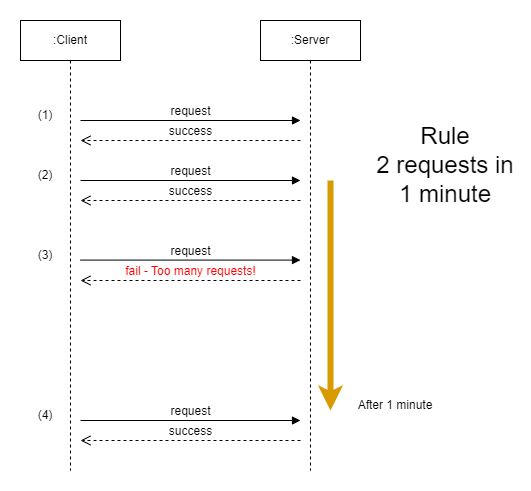
Above: blog/09_essential-modules-for-developing-applications-with-fastapi-p5/how-it-work.png in pxuanbach/blog (draw.io), before the change. Source tidied: cells renumbered, new cells last; positions are measured from the earlier drawing's top-left corner, leaving out a move shared by most shapes. The source it was exported from:
```xml
<mxGraphModel>
  <root>
    <mxCell id="0" />
    <mxCell id="1" parent="0" />
    <mxCell id="2" style="rounded=0;whiteSpace=wrap;html=1;labelBackgroundColor=#E6E6E6;fontColor=default;labelBorderColor=none;strokeColor=none;" parent="1" vertex="1">
      <mxGeometry width="530" height="490" as="geometry" />
    </mxCell>
    <mxCell id="3" value=":Client" style="shape=umlLifeline;perimeter=lifelinePerimeter;whiteSpace=wrap;html=1;" parent="1" vertex="1">
      <mxGeometry x="20" y="20" width="100" height="450" as="geometry" />
    </mxCell>
    <mxCell id="4" value="(2)" style="text;html=1;strokeColor=none;fillColor=none;align=center;verticalAlign=middle;whiteSpace=wrap;rounded=0;" parent="3" vertex="1">
      <mxGeometry x="10" y="140" width="30" height="30" as="geometry" />
    </mxCell>
    <mxCell id="5" value="(3)" style="text;html=1;strokeColor=none;fillColor=none;align=center;verticalAlign=middle;whiteSpace=wrap;rounded=0;" parent="3" vertex="1">
      <mxGeometry x="10" y="220" width="30" height="30" as="geometry" />
    </mxCell>
    <mxCell id="6" value="(4)" style="text;html=1;strokeColor=none;fillColor=none;align=center;verticalAlign=middle;whiteSpace=wrap;rounded=0;" parent="3" vertex="1">
      <mxGeometry x="10" y="380" width="30" height="30" as="geometry" />
    </mxCell>
    <mxCell id="7" value="request" style="html=1;verticalAlign=bottom;endArrow=block;fontSize=12;" parent="1" edge="1">
      <mxGeometry relative="1" as="geometry">
        <mxPoint x="80" y="120" as="sourcePoint" />
        <mxPoint x="300" y="120" as="targetPoint" />
      </mxGeometry>
    </mxCell>
    <mxCell id="8" value=":Server" style="shape=umlLifeline;perimeter=lifelinePerimeter;whiteSpace=wrap;html=1;" parent="1" vertex="1">
      <mxGeometry x="260" y="20" width="100" height="450" as="geometry" />
    </mxCell>
    <mxCell id="9" style="endArrow=classic;html=1;fontSize=12;fontColor=#FF0000;strokeWidth=6;fillColor=#ffcd28;strokeColor=#d79b00;gradientColor=#ffa500;" parent="8" edge="1">
      <mxGeometry relative="1" as="geometry">
        <mxPoint x="70" y="160" as="sourcePoint" />
        <mxPoint x="70" y="390" as="targetPoint" />
      </mxGeometry>
    </mxCell>
    <mxCell id="10" value="Rule&lt;br style=&quot;font-size: 24px;&quot;&gt;2 requests in 1 minute" style="text;html=1;strokeColor=none;fillColor=none;align=center;verticalAlign=middle;whiteSpace=wrap;rounded=0;fontSize=24;" parent="1" vertex="1">
      <mxGeometry x="370" y="100" width="150" height="130" as="geometry" />
    </mxCell>
    <mxCell id="11" value="success" style="html=1;verticalAlign=bottom;endArrow=open;dashed=1;endSize=8;fontSize=12;" parent="1" edge="1">
      <mxGeometry relative="1" as="geometry">
        <mxPoint x="300" y="140" as="sourcePoint" />
        <mxPoint x="80" y="140" as="targetPoint" />
      </mxGeometry>
    </mxCell>
    <mxCell id="12" value="request" style="html=1;verticalAlign=bottom;endArrow=block;fontSize=12;" parent="1" edge="1">
      <mxGeometry relative="1" as="geometry">
        <mxPoint x="80" y="180" as="sourcePoint" />
        <mxPoint x="300" y="180" as="targetPoint" />
      </mxGeometry>
    </mxCell>
    <mxCell id="13" value="success" style="html=1;verticalAlign=bottom;endArrow=open;dashed=1;endSize=8;fontSize=12;" parent="1" edge="1">
      <mxGeometry relative="1" as="geometry">
        <mxPoint x="300" y="200" as="sourcePoint" />
        <mxPoint x="80" y="200" as="targetPoint" />
      </mxGeometry>
    </mxCell>
    <mxCell id="14" value="request" style="html=1;verticalAlign=bottom;endArrow=block;fontSize=12;" parent="1" edge="1">
      <mxGeometry relative="1" as="geometry">
        <mxPoint x="80" y="259.6" as="sourcePoint" />
        <mxPoint x="300" y="259.6" as="targetPoint" />
      </mxGeometry>
    </mxCell>
    <mxCell id="15" value="fail - Too many requests!" style="html=1;verticalAlign=bottom;endArrow=open;dashed=1;endSize=8;fontSize=12;fontColor=#FF0000;" parent="1" edge="1">
      <mxGeometry relative="1" as="geometry">
        <mxPoint x="300" y="280" as="sourcePoint" />
        <mxPoint x="80" y="280" as="targetPoint" />
      </mxGeometry>
    </mxCell>
    <mxCell id="16" value="request" style="html=1;verticalAlign=bottom;endArrow=block;fontSize=12;" parent="1" edge="1">
      <mxGeometry relative="1" as="geometry">
        <mxPoint x="80" y="420" as="sourcePoint" />
        <mxPoint x="300" y="420" as="targetPoint" />
      </mxGeometry>
    </mxCell>
    <mxCell id="17" value="success" style="html=1;verticalAlign=bottom;endArrow=open;dashed=1;endSize=8;fontSize=12;" parent="1" edge="1">
      <mxGeometry relative="1" as="geometry">
        <mxPoint x="300" y="440" as="sourcePoint" />
        <mxPoint x="80" y="440" as="targetPoint" />
      </mxGeometry>
    </mxCell>
    <mxCell id="18" value="After 1 minute" style="text;html=1;strokeColor=none;fillColor=none;align=center;verticalAlign=middle;whiteSpace=wrap;rounded=0;" parent="1" vertex="1">
      <mxGeometry x="350" y="390" width="90" height="30" as="geometry" />
    </mxCell>
    <mxCell id="19" value="(1)" style="text;html=1;strokeColor=none;fillColor=none;align=center;verticalAlign=middle;whiteSpace=wrap;rounded=0;" parent="1" vertex="1">
      <mxGeometry x="30" y="100" width="30" height="30" as="geometry" />
    </mxCell>
  </root>
</mxGraphModel>
```
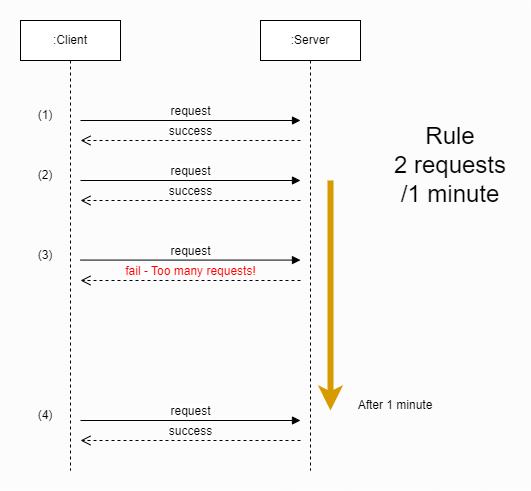
The same diagram one commit later.

Diff of the diagram source:
```diff
@@ -2,7 +2,7 @@
   <root>
     <mxCell id="0" />
     <mxCell id="1" parent="0" />
-    <mxCell id="2" style="rounded=0;whiteSpace=wrap;html=1;labelBackgroundColor=#E6E6E6;fontColor=default;labelBorderColor=none;strokeColor=none;" parent="1" vertex="1">
+    <mxCell id="2" style="rounded=0;whiteSpace=wrap;html=1;labelBackgroundColor=#E6E6E6;fontColor=default;labelBorderColor=none;strokeColor=none;fillColor=#FCFCFC;" parent="1" vertex="1">
       <mxGeometry width="530" height="490" as="geometry" />
     </mxCell>
     <mxCell id="3" value=":Client" style="shape=umlLifeline;perimeter=lifelinePerimeter;whiteSpace=wrap;html=1;" parent="1" vertex="1">
@@ -32,8 +32,8 @@
         <mxPoint x="70" y="390" as="targetPoint" />
       </mxGeometry>
     </mxCell>
-    <mxCell id="10" value="Rule&lt;br style=&quot;font-size: 24px;&quot;&gt;2 requests in 1 minute" style="text;html=1;strokeColor=none;fillColor=none;align=center;verticalAlign=middle;whiteSpace=wrap;rounded=0;fontSize=24;" parent="1" vertex="1">
-      <mxGeometry x="370" y="100" width="150" height="130" as="geometry" />
+    <mxCell id="10" value="Rule&lt;br style=&quot;font-size: 24px;&quot;&gt;2 requests /1 minute" style="text;html=1;strokeColor=none;fillColor=none;align=center;verticalAlign=middle;whiteSpace=wrap;rounded=0;fontSize=24;" parent="1" vertex="1">
+      <mxGeometry x="380" y="100" width="140" height="130" as="geometry" />
     </mxCell>
     <mxCell id="11" value="success" style="html=1;verticalAlign=bottom;endArrow=open;dashed=1;endSize=8;fontSize=12;" parent="1" edge="1">
       <mxGeometry relative="1" as="geometry">
```
